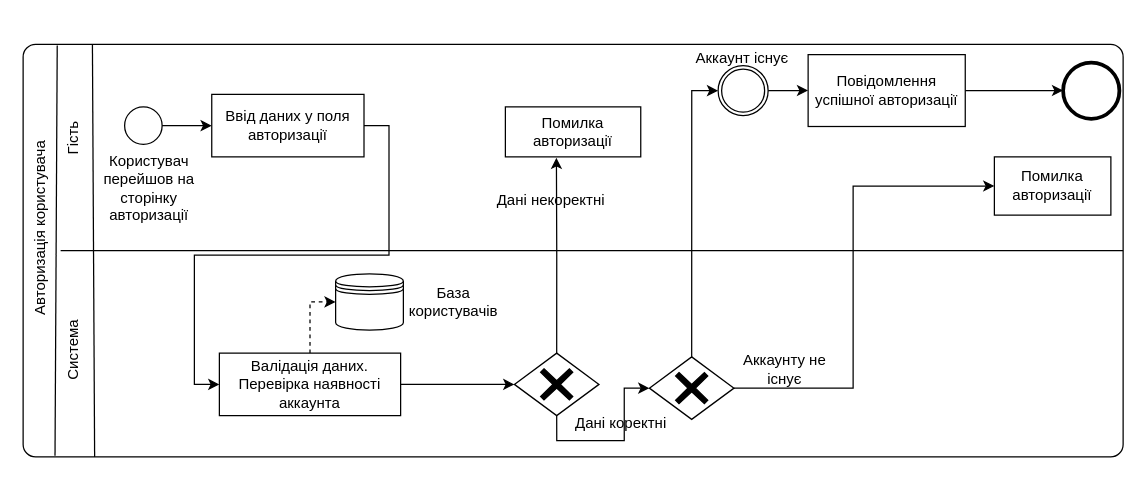
This is page "Page-2" (2 of 5) of assets/bpmn.drawio from whitetark/bbetter, a draw.io file, before an edit. Source tidied: cells renumbered, new cells numbered last; positions are measured from the earlier drawing's top-left corner, leaving out a move shared by most shapes. Both pictures are drawn from the tidied source at 125%, with x=0, y=0 at pixel (-168, 39).
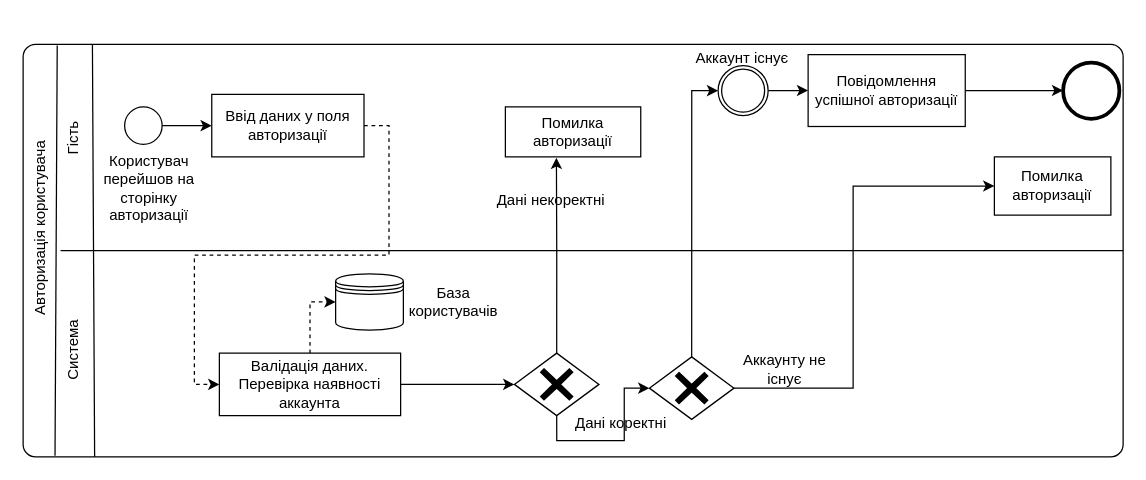
After the change.

The change refers to these unchanged cells:
```xml
<mxCell id="2" style="points=[[0.25,0,0],[0.5,0,0],[0.75,0,0],[1,0.25,0],[1,0.5,0],[1,0.75,0],[0.75,1,0],[0.5,1,0],[0.25,1,0],[0,0.75,0],[0,0.5,0],[0,0.25,0]];shape=mxgraph.bpmn.task;whiteSpace=wrap;rectStyle=rounded;size=10;html=1;taskMarker=abstract;" parent="1" vertex="1">
  <mxGeometry x="152" y="4" width="880" height="330" as="geometry" />
</mxCell>
<mxCell id="8" value="Ввід даних у поля авторизації" style="rounded=0;whiteSpace=wrap;html=1;" parent="2" vertex="1">
  <mxGeometry x="150.9" y="40" width="121.8" height="50" as="geometry" />
</mxCell>
<mxCell id="11" value="Валідація даних.&lt;br&gt;Перевірка наявності аккаунта" style="rounded=0;whiteSpace=wrap;html=1;" parent="2" vertex="1">
  <mxGeometry x="157" y="247" width="145" height="50" as="geometry" />
</mxCell>
```

What changed in the source:
```diff
@@
-    <mxCell id="7" style="edgeStyle=orthogonalEdgeStyle;rounded=0;jettySize=auto;html=1;exitX=1;exitY=0.5;exitDx=0;exitDy=0;entryX=0;entryY=0.5;entryDx=0;entryDy=0;" parent="2" edge="1" source="8" target="11">
+    <mxCell id="7" style="edgeStyle=orthogonalEdgeStyle;rounded=0;jettySize=auto;html=1;exitX=1;exitY=0.5;exitDx=0;exitDy=0;entryX=0;entryY=0.5;entryDx=0;entryDy=0;dashed=1;" parent="2" edge="1" source="8" target="11">
       <mxGeometry relative="1" as="geometry" />
     </mxCell>
```
